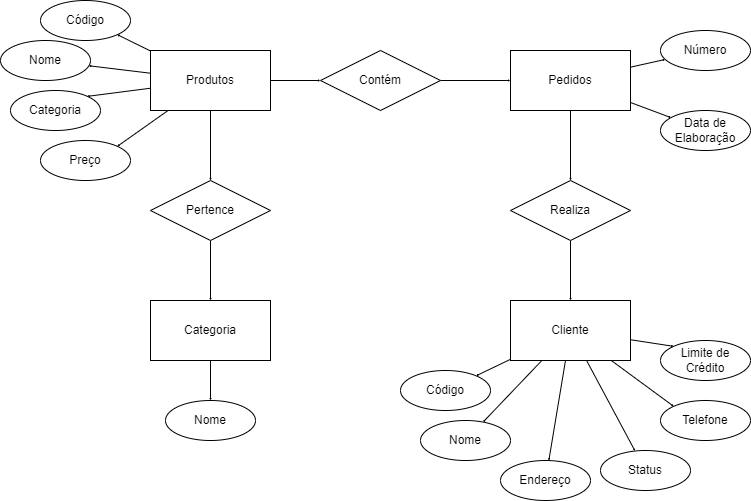
Earlier version of the draw.io export Exercicio 10.drawio.png (Thais-VDR/Exercicio_Diagramas). Source tidied: cells renumbered, new cells last; positions are measured from the earlier drawing's top-left corner, leaving out a move shared by most shapes. Its diagram source:
```xml
<mxGraphModel>
  <root>
    <mxCell id="0" />
    <mxCell id="1" parent="0" />
    <mxCell id="2" style="rounded=0;jettySize=auto;html=1;entryX=1;entryY=0;entryDx=0;entryDy=0;endSize=0;startSize=0;" parent="1" edge="1" source="8" target="25">
      <mxGeometry relative="1" as="geometry" />
    </mxCell>
    <mxCell id="3" style="rounded=0;jettySize=auto;html=1;entryX=1;entryY=0;entryDx=0;entryDy=0;endSize=0;startSize=0;" parent="1" edge="1" source="8" target="24">
      <mxGeometry relative="1" as="geometry" />
    </mxCell>
    <mxCell id="4" style="rounded=0;jettySize=auto;html=1;endSize=0;startSize=0;" parent="1" edge="1" source="8" target="23">
      <mxGeometry relative="1" as="geometry" />
    </mxCell>
    <mxCell id="5" style="rounded=0;jettySize=auto;html=1;entryX=1;entryY=1;entryDx=0;entryDy=0;endSize=0;startSize=0;" parent="1" edge="1" source="8" target="22">
      <mxGeometry relative="1" as="geometry" />
    </mxCell>
    <mxCell id="6" style="edgeStyle=orthogonalEdgeStyle;rounded=0;jettySize=auto;html=1;endSize=0;startSize=0;" parent="1" edge="1" source="8" target="27">
      <mxGeometry relative="1" as="geometry" />
    </mxCell>
    <mxCell id="7" style="edgeStyle=orthogonalEdgeStyle;rounded=0;jettySize=auto;html=1;endSize=0;startSize=0;" parent="1" edge="1" source="8" target="30">
      <mxGeometry relative="1" as="geometry" />
    </mxCell>
    <mxCell id="8" value="Produtos" style="rounded=0;whiteSpace=wrap;html=1;" parent="1" vertex="1">
      <mxGeometry x="150" y="50" width="120" height="60" as="geometry" />
    </mxCell>
    <mxCell id="9" style="edgeStyle=orthogonalEdgeStyle;rounded=0;jettySize=auto;html=1;entryX=0.5;entryY=0;entryDx=0;entryDy=0;endSize=0;startSize=0;" parent="1" edge="1" source="10" target="28">
      <mxGeometry relative="1" as="geometry" />
    </mxCell>
    <mxCell id="10" value="Categoria" style="rounded=0;whiteSpace=wrap;html=1;" parent="1" vertex="1">
      <mxGeometry x="150" y="300" width="120" height="60" as="geometry" />
    </mxCell>
    <mxCell id="11" style="rounded=0;jettySize=auto;html=1;endSize=0;startSize=0;" parent="1" edge="1" source="14" target="32">
      <mxGeometry relative="1" as="geometry" />
    </mxCell>
    <mxCell id="12" style="rounded=0;jettySize=auto;html=1;endSize=0;startSize=0;" parent="1" edge="1" target="34">
      <mxGeometry relative="1" as="geometry">
        <mxPoint x="630" y="102" as="sourcePoint" />
      </mxGeometry>
    </mxCell>
    <mxCell id="13" style="rounded=0;jettySize=auto;html=1;endSize=0;startSize=0;" parent="1" edge="1" source="14" target="33">
      <mxGeometry relative="1" as="geometry" />
    </mxCell>
    <mxCell id="14" value="Pedidos" style="rounded=0;whiteSpace=wrap;html=1;" parent="1" vertex="1">
      <mxGeometry x="510" y="50" width="120" height="60" as="geometry" />
    </mxCell>
    <mxCell id="15" style="rounded=0;jettySize=auto;html=1;endSize=0;startSize=0;" parent="1" edge="1" source="21" target="35">
      <mxGeometry relative="1" as="geometry" />
    </mxCell>
    <mxCell id="16" style="rounded=0;jettySize=auto;html=1;endSize=0;startSize=0;" parent="1" edge="1" source="21" target="36">
      <mxGeometry relative="1" as="geometry" />
    </mxCell>
    <mxCell id="17" style="rounded=0;jettySize=auto;html=1;endSize=0;startSize=0;" parent="1" edge="1" source="21" target="37">
      <mxGeometry relative="1" as="geometry" />
    </mxCell>
    <mxCell id="18" style="rounded=0;jettySize=auto;html=1;entryX=0;entryY=0;entryDx=0;entryDy=0;endSize=0;startSize=0;" parent="1" edge="1" source="21" target="40">
      <mxGeometry relative="1" as="geometry" />
    </mxCell>
    <mxCell id="19" style="rounded=0;jettySize=auto;html=1;endSize=0;startSize=0;" parent="1" edge="1" source="21" target="38">
      <mxGeometry relative="1" as="geometry" />
    </mxCell>
    <mxCell id="20" style="rounded=0;jettySize=auto;html=1;entryX=0;entryY=0;entryDx=0;entryDy=0;endSize=0;startSize=0;" parent="1" edge="1" source="21" target="39">
      <mxGeometry relative="1" as="geometry" />
    </mxCell>
    <mxCell id="21" value="Cliente" style="rounded=0;whiteSpace=wrap;html=1;" parent="1" vertex="1">
      <mxGeometry x="510" y="300" width="120" height="60" as="geometry" />
    </mxCell>
    <mxCell id="22" value="Código" style="ellipse;whiteSpace=wrap;html=1;" parent="1" vertex="1">
      <mxGeometry x="40" width="90" height="40" as="geometry" />
    </mxCell>
    <mxCell id="23" value="Nome" style="ellipse;whiteSpace=wrap;html=1;" parent="1" vertex="1">
      <mxGeometry y="40" width="90" height="40" as="geometry" />
    </mxCell>
    <mxCell id="24" value="Categoria" style="ellipse;whiteSpace=wrap;html=1;" parent="1" vertex="1">
      <mxGeometry x="10" y="90" width="90" height="40" as="geometry" />
    </mxCell>
    <mxCell id="25" value="Preço" style="ellipse;whiteSpace=wrap;html=1;" parent="1" vertex="1">
      <mxGeometry x="40" y="140" width="90" height="40" as="geometry" />
    </mxCell>
    <mxCell id="26" style="edgeStyle=orthogonalEdgeStyle;rounded=0;jettySize=auto;html=1;entryX=0.5;entryY=0;entryDx=0;entryDy=0;endSize=0;startSize=0;" parent="1" edge="1" source="27" target="10">
      <mxGeometry relative="1" as="geometry" />
    </mxCell>
    <mxCell id="27" value="Pertence" style="rhombus;whiteSpace=wrap;html=1;" parent="1" vertex="1">
      <mxGeometry x="150" y="180" width="120" height="60" as="geometry" />
    </mxCell>
    <mxCell id="28" value="Nome" style="ellipse;whiteSpace=wrap;html=1;" parent="1" vertex="1">
      <mxGeometry x="165" y="400" width="90" height="40" as="geometry" />
    </mxCell>
    <mxCell id="29" style="edgeStyle=orthogonalEdgeStyle;rounded=0;jettySize=auto;html=1;endSize=0;startSize=0;" parent="1" edge="1" source="30" target="14">
      <mxGeometry relative="1" as="geometry" />
    </mxCell>
    <mxCell id="30" value="Contém" style="rhombus;whiteSpace=wrap;html=1;" parent="1" vertex="1">
      <mxGeometry x="320" y="50" width="120" height="60" as="geometry" />
    </mxCell>
    <mxCell id="31" style="edgeStyle=orthogonalEdgeStyle;rounded=0;jettySize=auto;html=1;endSize=0;startSize=0;" parent="1" edge="1" source="32" target="21">
      <mxGeometry relative="1" as="geometry" />
    </mxCell>
    <mxCell id="32" value="Realiza" style="rhombus;whiteSpace=wrap;html=1;" parent="1" vertex="1">
      <mxGeometry x="510" y="180" width="120" height="60" as="geometry" />
    </mxCell>
    <mxCell id="33" value="Número" style="ellipse;whiteSpace=wrap;html=1;" parent="1" vertex="1">
      <mxGeometry x="660" y="30" width="90" height="40" as="geometry" />
    </mxCell>
    <mxCell id="34" value="Data de Elaboração" style="ellipse;whiteSpace=wrap;html=1;" parent="1" vertex="1">
      <mxGeometry x="660" y="110" width="90" height="40" as="geometry" />
    </mxCell>
    <mxCell id="35" value="Código" style="ellipse;whiteSpace=wrap;html=1;" parent="1" vertex="1">
      <mxGeometry x="400" y="370" width="90" height="40" as="geometry" />
    </mxCell>
    <mxCell id="36" value="Nome" style="ellipse;whiteSpace=wrap;html=1;" parent="1" vertex="1">
      <mxGeometry x="420" y="420" width="90" height="40" as="geometry" />
    </mxCell>
    <mxCell id="37" value="Endereço" style="ellipse;whiteSpace=wrap;html=1;" parent="1" vertex="1">
      <mxGeometry x="500" y="460" width="90" height="40" as="geometry" />
    </mxCell>
    <mxCell id="38" value="Status" style="ellipse;whiteSpace=wrap;html=1;" parent="1" vertex="1">
      <mxGeometry x="600" y="450" width="90" height="40" as="geometry" />
    </mxCell>
    <mxCell id="39" value="Telefone" style="ellipse;whiteSpace=wrap;html=1;" parent="1" vertex="1">
      <mxGeometry x="660" y="400" width="90" height="40" as="geometry" />
    </mxCell>
    <mxCell id="40" value="Limite de Crédito" style="ellipse;whiteSpace=wrap;html=1;" parent="1" vertex="1">
      <mxGeometry x="660" y="340" width="90" height="40" as="geometry" />
    </mxCell>
  </root>
</mxGraphModel>
```
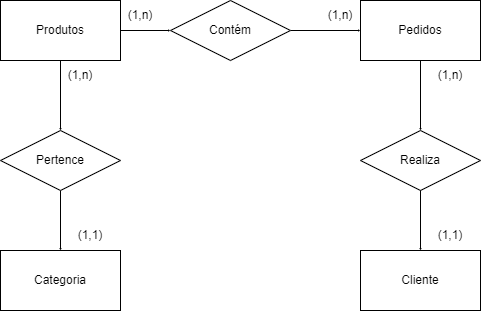
Later version of the same file.

The edit, as a diff of the source:
```diff
@@ -2,18 +2,6 @@
   <root>
     <mxCell id="0" />
     <mxCell id="1" parent="0" />
-    <mxCell id="2" style="rounded=0;jettySize=auto;html=1;entryX=1;entryY=0;entryDx=0;entryDy=0;endSize=0;startSize=0;" parent="1" edge="1" source="8" target="25">
-      <mxGeometry relative="1" as="geometry" />
-    </mxCell>
-    <mxCell id="3" style="rounded=0;jettySize=auto;html=1;entryX=1;entryY=0;entryDx=0;entryDy=0;endSize=0;startSize=0;" parent="1" edge="1" source="8" target="24">
-      <mxGeometry relative="1" as="geometry" />
-    </mxCell>
-    <mxCell id="4" style="rounded=0;jettySize=auto;html=1;endSize=0;startSize=0;" parent="1" edge="1" source="8" target="23">
-      <mxGeometry relative="1" as="geometry" />
-    </mxCell>
-    <mxCell id="5" style="rounded=0;jettySize=auto;html=1;entryX=1;entryY=1;entryDx=0;entryDy=0;endSize=0;startSize=0;" parent="1" edge="1" source="8" target="22">
-      <mxGeometry relative="1" as="geometry" />
-    </mxCell>
     <mxCell id="6" style="edgeStyle=orthogonalEdgeStyle;rounded=0;jettySize=auto;html=1;endSize=0;startSize=0;" parent="1" edge="1" source="8" target="27">
       <mxGeometry relative="1" as="geometry" />
     </mxCell>
@@ -23,68 +11,24 @@
     <mxCell id="8" value="Produtos" style="rounded=0;whiteSpace=wrap;html=1;" parent="1" vertex="1">
       <mxGeometry x="150" y="50" width="120" height="60" as="geometry" />
     </mxCell>
-    <mxCell id="9" style="edgeStyle=orthogonalEdgeStyle;rounded=0;jettySize=auto;html=1;entryX=0.5;entryY=0;entryDx=0;entryDy=0;endSize=0;startSize=0;" parent="1" edge="1" source="10" target="28">
-      <mxGeometry relative="1" as="geometry" />
-    </mxCell>
     <mxCell id="10" value="Categoria" style="rounded=0;whiteSpace=wrap;html=1;" parent="1" vertex="1">
       <mxGeometry x="150" y="300" width="120" height="60" as="geometry" />
     </mxCell>
     <mxCell id="11" style="rounded=0;jettySize=auto;html=1;endSize=0;startSize=0;" parent="1" edge="1" source="14" target="32">
       <mxGeometry relative="1" as="geometry" />
     </mxCell>
-    <mxCell id="12" style="rounded=0;jettySize=auto;html=1;endSize=0;startSize=0;" parent="1" edge="1" target="34">
-      <mxGeometry relative="1" as="geometry">
-        <mxPoint x="630" y="102" as="sourcePoint" />
-      </mxGeometry>
-    </mxCell>
-    <mxCell id="13" style="rounded=0;jettySize=auto;html=1;endSize=0;startSize=0;" parent="1" edge="1" source="14" target="33">
-      <mxGeometry relative="1" as="geometry" />
-    </mxCell>
     <mxCell id="14" value="Pedidos" style="rounded=0;whiteSpace=wrap;html=1;" parent="1" vertex="1">
       <mxGeometry x="510" y="50" width="120" height="60" as="geometry" />
     </mxCell>
-    <mxCell id="15" style="rounded=0;jettySize=auto;html=1;endSize=0;startSize=0;" parent="1" edge="1" source="21" target="35">
-      <mxGeometry relative="1" as="geometry" />
-    </mxCell>
-    <mxCell id="16" style="rounded=0;jettySize=auto;html=1;endSize=0;startSize=0;" parent="1" edge="1" source="21" target="36">
-      <mxGeometry relative="1" as="geometry" />
-    </mxCell>
-    <mxCell id="17" style="rounded=0;jettySize=auto;html=1;endSize=0;startSize=0;" parent="1" edge="1" source="21" target="37">
-      <mxGeometry relative="1" as="geometry" />
-    </mxCell>
-    <mxCell id="18" style="rounded=0;jettySize=auto;html=1;entryX=0;entryY=0;entryDx=0;entryDy=0;endSize=0;startSize=0;" parent="1" edge="1" source="21" target="40">
-      <mxGeometry relative="1" as="geometry" />
-    </mxCell>
-    <mxCell id="19" style="rounded=0;jettySize=auto;html=1;endSize=0;startSize=0;" parent="1" edge="1" source="21" target="38">
-      <mxGeometry relative="1" as="geometry" />
-    </mxCell>
-    <mxCell id="20" style="rounded=0;jettySize=auto;html=1;entryX=0;entryY=0;entryDx=0;entryDy=0;endSize=0;startSize=0;" parent="1" edge="1" source="21" target="39">
-      <mxGeometry relative="1" as="geometry" />
-    </mxCell>
     <mxCell id="21" value="Cliente" style="rounded=0;whiteSpace=wrap;html=1;" parent="1" vertex="1">
       <mxGeometry x="510" y="300" width="120" height="60" as="geometry" />
     </mxCell>
-    <mxCell id="22" value="Código" style="ellipse;whiteSpace=wrap;html=1;" parent="1" vertex="1">
-      <mxGeometry x="40" width="90" height="40" as="geometry" />
-    </mxCell>
-    <mxCell id="23" value="Nome" style="ellipse;whiteSpace=wrap;html=1;" parent="1" vertex="1">
-      <mxGeometry y="40" width="90" height="40" as="geometry" />
-    </mxCell>
-    <mxCell id="24" value="Categoria" style="ellipse;whiteSpace=wrap;html=1;" parent="1" vertex="1">
-      <mxGeometry x="10" y="90" width="90" height="40" as="geometry" />
-    </mxCell>
-    <mxCell id="25" value="Preço" style="ellipse;whiteSpace=wrap;html=1;" parent="1" vertex="1">
-      <mxGeometry x="40" y="140" width="90" height="40" as="geometry" />
-    </mxCell>
     <mxCell id="26" style="edgeStyle=orthogonalEdgeStyle;rounded=0;jettySize=auto;html=1;entryX=0.5;entryY=0;entryDx=0;entryDy=0;endSize=0;startSize=0;" parent="1" edge="1" source="27" target="10">
       <mxGeometry relative="1" as="geometry" />
     </mxCell>
     <mxCell id="27" value="Pertence" style="rhombus;whiteSpace=wrap;html=1;" parent="1" vertex="1">
       <mxGeometry x="150" y="180" width="120" height="60" as="geometry" />
     </mxCell>
-    <mxCell id="28" value="Nome" style="ellipse;whiteSpace=wrap;html=1;" parent="1" vertex="1">
-      <mxGeometry x="165" y="400" width="90" height="40" as="geometry" />
-    </mxCell>
     <mxCell id="29" style="edgeStyle=orthogonalEdgeStyle;rounded=0;jettySize=auto;html=1;endSize=0;startSize=0;" parent="1" edge="1" source="30" target="14">
       <mxGeometry relative="1" as="geometry" />
     </mxCell>
@@ -97,29 +41,23 @@
     <mxCell id="32" value="Realiza" style="rhombus;whiteSpace=wrap;html=1;" parent="1" vertex="1">
       <mxGeometry x="510" y="180" width="120" height="60" as="geometry" />
     </mxCell>
-    <mxCell id="33" value="Número" style="ellipse;whiteSpace=wrap;html=1;" parent="1" vertex="1">
-      <mxGeometry x="660" y="30" width="90" height="40" as="geometry" />
-    </mxCell>
-    <mxCell id="34" value="Data de Elaboração" style="ellipse;whiteSpace=wrap;html=1;" parent="1" vertex="1">
-      <mxGeometry x="660" y="110" width="90" height="40" as="geometry" />
-    </mxCell>
-    <mxCell id="35" value="Código" style="ellipse;whiteSpace=wrap;html=1;" parent="1" vertex="1">
-      <mxGeometry x="400" y="370" width="90" height="40" as="geometry" />
-    </mxCell>
-    <mxCell id="36" value="Nome" style="ellipse;whiteSpace=wrap;html=1;" parent="1" vertex="1">
-      <mxGeometry x="420" y="420" width="90" height="40" as="geometry" />
-    </mxCell>
-    <mxCell id="37" value="Endereço" style="ellipse;whiteSpace=wrap;html=1;" parent="1" vertex="1">
-      <mxGeometry x="500" y="460" width="90" height="40" as="geometry" />
-    </mxCell>
-    <mxCell id="38" value="Status" style="ellipse;whiteSpace=wrap;html=1;" parent="1" vertex="1">
-      <mxGeometry x="600" y="450" width="90" height="40" as="geometry" />
-    </mxCell>
-    <mxCell id="39" value="Telefone" style="ellipse;whiteSpace=wrap;html=1;" parent="1" vertex="1">
-      <mxGeometry x="660" y="400" width="90" height="40" as="geometry" />
-    </mxCell>
-    <mxCell id="40" value="Limite de Crédito" style="ellipse;whiteSpace=wrap;html=1;" parent="1" vertex="1">
-      <mxGeometry x="660" y="340" width="90" height="40" as="geometry" />
-    </mxCell>
+    <mxCell id="41" value="(1,n)" style="text;html=1;align=center;verticalAlign=middle;whiteSpace=wrap;rounded=0;" parent="1" vertex="1">
+      <mxGeometry x="570" y="110" width="60" height="30" as="geometry" />
+    </mxCell>
+    <mxCell id="42" value="(1,n)" style="text;html=1;align=center;verticalAlign=middle;whiteSpace=wrap;rounded=0;" parent="1" vertex="1">
+      <mxGeometry x="200" y="110" width="60" height="30" as="geometry" />
+    </mxCell>
+    <mxCell id="43" value="(1,n)" style="text;html=1;align=center;verticalAlign=middle;whiteSpace=wrap;rounded=0;" parent="1" vertex="1">
+      <mxGeometry x="460" y="50" width="60" height="30" as="geometry" />
+    </mxCell>
+    <mxCell id="44" value="(1,n)" style="text;html=1;align=center;verticalAlign=middle;whiteSpace=wrap;rounded=0;" parent="1" vertex="1">
+      <mxGeometry x="260" y="50" width="60" height="30" as="geometry" />
+    </mxCell>
+    <mxCell id="45" value="(1,1&lt;span style=&quot;color: rgba(0, 0, 0, 0); font-family: monospace; font-size: 0px; text-align: start; text-wrap: nowrap;&quot;&gt;%3CmxGraphModel%3E%3Croot%3E%3CmxCell%20id%3D%220%22%2F%3E%3CmxCell%20id%3D%221%22%20parent%3D%220%22%2F%3E%3CmxCell%20id%3D%222%22%20value%3D%22(1%2Cn)%22%20style%3D%22text%3Bhtml%3D1%3Balign%3Dcenter%3BverticalAlign%3Dmiddle%3BwhiteSpace%3Dwrap%3Brounded%3D0%3B%22%20vertex%3D%221%22%20parent%3D%221%22%3E%3CmxGeometry%20x%3D%22380%22%20y%3D%22280%22%20width%3D%2260%22%20height%3D%2230%22%20as%3D%22geometry%22%2F%3E%3C%2FmxCell%3E%3C%2Froot%3E%3C%2FmxGraphModel%3E&lt;/span&gt;&lt;span style=&quot;color: rgba(0, 0, 0, 0); font-family: monospace; font-size: 0px; text-align: start; text-wrap: nowrap;&quot;&gt;%3CmxGraphModel%3E%3Croot%3E%3CmxCell%20id%3D%220%22%2F%3E%3CmxCell%20id%3D%221%22%20parent%3D%220%22%2F%3E%3CmxCell%20id%3D%222%22%20value%3D%22(1%2Cn)%22%20style%3D%22text%3Bhtml%3D1%3Balign%3Dcenter%3BverticalAlign%3Dmiddle%3BwhiteSpace%3Dwrap%3Brounded%3D0%3B%22%20vertex%3D%221%22%20parent%3D%221%22%3E%3CmxGeometry%20x%3D%22380%22%20y%3D%22280%22%20width%3D%2260%22%20height%3D%2230%22%20as%3D%22geometry%22%2F%3E%3C%2FmxCell%3E%3C%2Froot%3E%3C%2FmxGraphModel%3E&lt;/span&gt;)" style="text;html=1;align=center;verticalAlign=middle;whiteSpace=wrap;rounded=0;" parent="1" vertex="1">
+      <mxGeometry x="570" y="270" width="60" height="30" as="geometry" />
+    </mxCell>
+    <mxCell id="46" value="(1,1&lt;span style=&quot;color: rgba(0, 0, 0, 0); font-family: monospace; font-size: 0px; text-align: start; text-wrap: nowrap;&quot;&gt;%3CmxGraphModel%3E%3Croot%3E%3CmxCell%20id%3D%220%22%2F%3E%3CmxCell%20id%3D%221%22%20parent%3D%220%22%2F%3E%3CmxCell%20id%3D%222%22%20value%3D%22(1%2Cn)%22%20style%3D%22text%3Bhtml%3D1%3Balign%3Dcenter%3BverticalAlign%3Dmiddle%3BwhiteSpace%3Dwrap%3Brounded%3D0%3B%22%20vertex%3D%221%22%20parent%3D%221%22%3E%3CmxGeometry%20x%3D%22380%22%20y%3D%22280%22%20width%3D%2260%22%20height%3D%2230%22%20as%3D%22geometry%22%2F%3E%3C%2FmxCell%3E%3C%2Froot%3E%3C%2FmxGraphModel%3E&lt;/span&gt;&lt;span style=&quot;color: rgba(0, 0, 0, 0); font-family: monospace; font-size: 0px; text-align: start; text-wrap: nowrap;&quot;&gt;%3CmxGraphModel%3E%3Croot%3E%3CmxCell%20id%3D%220%22%2F%3E%3CmxCell%20id%3D%221%22%20parent%3D%220%22%2F%3E%3CmxCell%20id%3D%222%22%20value%3D%22(1%2Cn)%22%20style%3D%22text%3Bhtml%3D1%3Balign%3Dcenter%3BverticalAlign%3Dmiddle%3BwhiteSpace%3Dwrap%3Brounded%3D0%3B%22%20vertex%3D%221%22%20parent%3D%221%22%3E%3CmxGeometry%20x%3D%22380%22%20y%3D%22280%22%20width%3D%2260%22%20height%3D%2230%22%20as%3D%22geometry%22%2F%3E%3C%2FmxCell%3E%3C%2Froot%3E%3C%2FmxGraphModel%3E&lt;/span&gt;)" style="text;html=1;align=center;verticalAlign=middle;whiteSpace=wrap;rounded=0;" parent="1" vertex="1">
+      <mxGeometry x="210" y="270" width="60" height="30" as="geometry" />
+    </mxCell>
   </root>
 </mxGraphModel>
```
